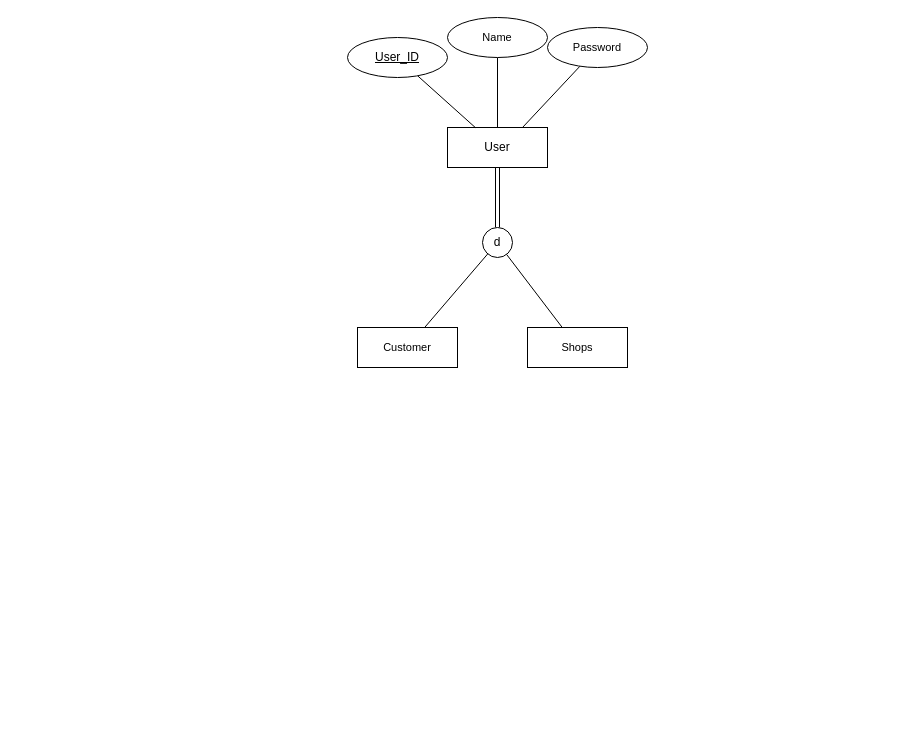
The draw.io diagram page "Page-1" (1 of 2) of ERD.drawio in tp12356twNccu/OOP_1122_finalProject_Group12, before the edit. Source tidied: cells renumbered, new cells numbered last; positions are measured from the earlier drawing's top-left corner, leaving out a move shared by most shapes. Both pictures are drawn from the tidied source at 100%, with x=0, y=0 at pixel (347, 17).
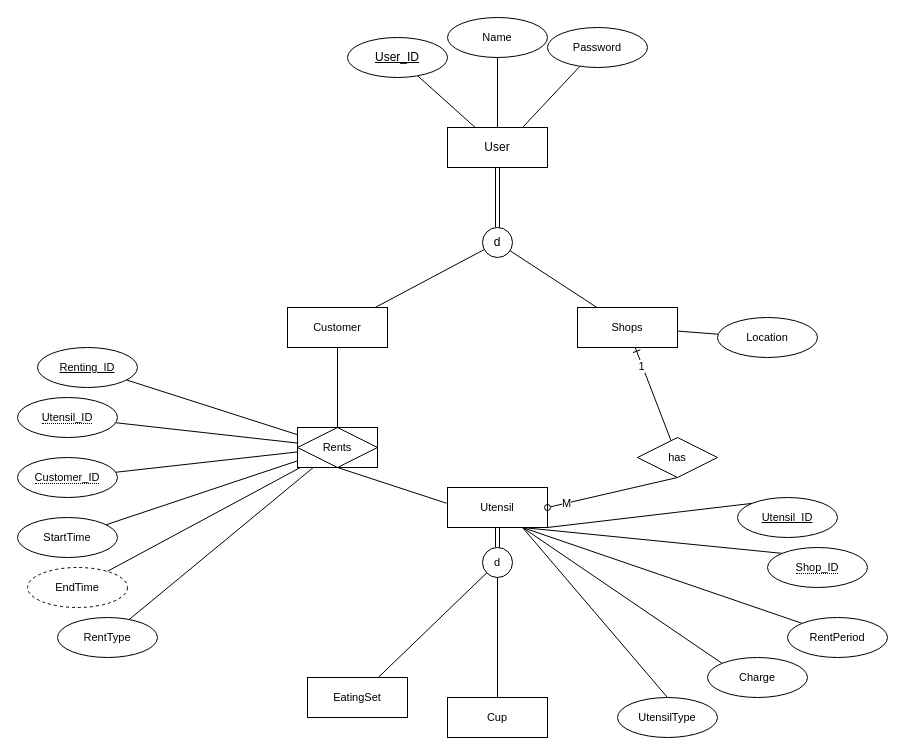
The same diagram, later.

The edit, as a diff of the source:
```diff
@@
+    <mxCell id="15" style="edgeStyle=none;rounded=0;jettySize=auto;html=1;strokeColor=default;align=center;verticalAlign=middle;fontFamily=Helvetica;fontSize=11;fontColor=default;labelBackgroundColor=default;endArrow=none;endFill=0;" parent="1" edge="1" source="12" target="30">
+      <mxGeometry relative="1" as="geometry" />
+    </mxCell>
     <mxCell id="12" value="Customer" style="whiteSpace=wrap;html=1;align=center;fontFamily=Helvetica;fontSize=11;fontColor=default;labelBackgroundColor=default;" parent="1" vertex="1">
-      <mxGeometry x="10" y="310" width="100" height="40" as="geometry" />
+      <mxGeometry x="-60" y="290" width="100" height="40" as="geometry" />
     </mxCell>
@@
     <mxCell id="14" value="Shops" style="whiteSpace=wrap;html=1;align=center;fontFamily=Helvetica;fontSize=11;fontColor=default;labelBackgroundColor=default;" parent="1" vertex="1">
-      <mxGeometry x="180" y="310" width="100" height="40" as="geometry" />
+      <mxGeometry x="230" y="290" width="100" height="40" as="geometry" />
     </mxCell>
+    <mxCell id="16" style="edgeStyle=none;rounded=0;jettySize=auto;html=1;strokeColor=default;align=center;verticalAlign=middle;fontFamily=Helvetica;fontSize=11;fontColor=default;labelBackgroundColor=default;endArrow=none;endFill=0;shape=link;" parent="1" edge="1" source="18" target="19">
+      <mxGeometry relative="1" as="geometry" />
+    </mxCell>
+    <mxCell id="17" style="edgeStyle=none;rounded=0;jettySize=auto;html=1;exitX=0.75;exitY=1;exitDx=0;exitDy=0;entryX=0;entryY=0;entryDx=0;entryDy=0;strokeColor=default;align=center;verticalAlign=middle;fontFamily=Helvetica;fontSize=11;fontColor=default;labelBackgroundColor=default;endArrow=none;endFill=0;" parent="1" edge="1" source="18" target="40">
+      <mxGeometry relative="1" as="geometry" />
+    </mxCell>
+    <mxCell id="18" value="Utensil" style="whiteSpace=wrap;html=1;align=center;fontFamily=Helvetica;fontSize=11;fontColor=default;labelBackgroundColor=default;" parent="1" vertex="1">
+      <mxGeometry x="100" y="470" width="100" height="40" as="geometry" />
+    </mxCell>
+    <mxCell id="19" value="d" style="ellipse;whiteSpace=wrap;html=1;fontSize=11;labelBackgroundColor=default;" parent="1" vertex="1">
+      <mxGeometry x="135" y="530" width="30" height="30" as="geometry" />
+    </mxCell>
+    <mxCell id="20" style="edgeStyle=none;rounded=0;jettySize=auto;html=1;strokeColor=default;align=center;verticalAlign=middle;fontFamily=Helvetica;fontSize=11;fontColor=default;labelBackgroundColor=default;endArrow=none;endFill=0;" parent="1" edge="1" source="21" target="19">
+      <mxGeometry relative="1" as="geometry" />
+    </mxCell>
+    <mxCell id="21" value="EatingSet" style="whiteSpace=wrap;html=1;align=center;fontFamily=Helvetica;fontSize=11;fontColor=default;labelBackgroundColor=default;" parent="1" vertex="1">
+      <mxGeometry x="-40" y="660" width="100" height="40" as="geometry" />
+    </mxCell>
+    <mxCell id="22" style="edgeStyle=none;rounded=0;jettySize=auto;html=1;strokeColor=default;align=center;verticalAlign=middle;fontFamily=Helvetica;fontSize=11;fontColor=default;labelBackgroundColor=default;endArrow=none;endFill=0;" parent="1" edge="1" source="23" target="19">
+      <mxGeometry relative="1" as="geometry" />
+    </mxCell>
+    <mxCell id="23" value="Cup" style="whiteSpace=wrap;html=1;align=center;fontFamily=Helvetica;fontSize=11;fontColor=default;labelBackgroundColor=default;" parent="1" vertex="1">
+      <mxGeometry x="100" y="680" width="100" height="40" as="geometry" />
+    </mxCell>
+    <mxCell id="24" style="edgeStyle=none;rounded=0;orthogonalLoop=1;jettySize=auto;html=1;exitX=0.5;exitY=0;exitDx=0;exitDy=0;strokeColor=default;align=center;verticalAlign=middle;fontFamily=Helvetica;fontSize=11;fontColor=default;labelBackgroundColor=default;endArrow=none;endFill=0;" parent="1" edge="1" source="23" target="23">
+      <mxGeometry relative="1" as="geometry" />
+    </mxCell>
+    <mxCell id="25" style="edgeStyle=none;rounded=0;jettySize=auto;html=1;exitX=0.5;exitY=1;exitDx=0;exitDy=0;entryX=1;entryY=0.5;entryDx=0;entryDy=0;strokeColor=default;align=center;verticalAlign=middle;fontFamily=Helvetica;fontSize=11;fontColor=default;labelBackgroundColor=default;endArrow=oval;endFill=0;" parent="1" edge="1" source="29" target="18">
+      <mxGeometry relative="1" as="geometry" />
+    </mxCell>
+    <mxCell id="26" value="M" style="edgeLabel;html=1;align=center;verticalAlign=middle;fontFamily=Helvetica;fontSize=11;fontColor=default;labelBackgroundColor=default;" parent="25" vertex="1">
+      <mxGeometry x="0.71" relative="1" as="geometry" />
+    </mxCell>
+    <mxCell id="27" style="edgeStyle=none;rounded=0;jettySize=auto;html=1;strokeColor=default;align=center;verticalAlign=middle;fontFamily=Helvetica;fontSize=11;fontColor=default;labelBackgroundColor=default;endArrow=ERone;endFill=0;" parent="1" edge="1" source="29" target="14">
+      <mxGeometry relative="1" as="geometry" />
+    </mxCell>
+    <mxCell id="28" value="1" style="edgeLabel;html=1;align=center;verticalAlign=middle;fontFamily=Helvetica;fontSize=11;fontColor=default;labelBackgroundColor=default;" parent="27" vertex="1">
+      <mxGeometry x="0.61" y="1" relative="1" as="geometry" />
+    </mxCell>
+    <mxCell id="29" value="has" style="shape=rhombus;perimeter=rhombusPerimeter;whiteSpace=wrap;html=1;align=center;fontFamily=Helvetica;fontSize=11;fontColor=default;labelBackgroundColor=default;" parent="1" vertex="1">
+      <mxGeometry x="290" y="420" width="80" height="40" as="geometry" />
+    </mxCell>
+    <mxCell id="30" value="Rents" style="shape=associativeEntity;whiteSpace=wrap;html=1;align=center;fontFamily=Helvetica;fontSize=11;fontColor=default;labelBackgroundColor=default;" parent="1" vertex="1">
+      <mxGeometry x="-50" y="410" width="80" height="40" as="geometry" />
+    </mxCell>
+    <mxCell id="31" style="edgeStyle=none;rounded=0;jettySize=auto;html=1;exitX=0.5;exitY=1;exitDx=0;exitDy=0;entryX=-0.01;entryY=0.393;entryDx=0;entryDy=0;entryPerimeter=0;strokeColor=default;align=center;verticalAlign=middle;fontFamily=Helvetica;fontSize=11;fontColor=default;labelBackgroundColor=default;endArrow=none;endFill=0;" parent="1" edge="1" source="30" target="18">
+      <mxGeometry relative="1" as="geometry" />
+    </mxCell>
+    <mxCell id="32" style="edgeStyle=none;rounded=0;jettySize=auto;html=1;strokeColor=default;align=center;verticalAlign=middle;fontFamily=Helvetica;fontSize=11;fontColor=default;labelBackgroundColor=default;endArrow=none;endFill=0;" parent="1" edge="1" source="33" target="30">
+      <mxGeometry relative="1" as="geometry" />
+    </mxCell>
+    <mxCell id="33" value="StartTime" style="ellipse;whiteSpace=wrap;html=1;align=center;fontFamily=Helvetica;fontSize=11;fontColor=default;labelBackgroundColor=default;" parent="1" vertex="1">
+      <mxGeometry x="-330" y="500" width="100" height="40" as="geometry" />
+    </mxCell>
+    <mxCell id="34" style="edgeStyle=none;rounded=0;jettySize=auto;html=1;strokeColor=default;align=center;verticalAlign=middle;fontFamily=Helvetica;fontSize=11;fontColor=default;labelBackgroundColor=default;endArrow=none;endFill=0;" parent="1" edge="1" source="35" target="30">
+      <mxGeometry relative="1" as="geometry" />
+    </mxCell>
+    <mxCell id="35" value="EndTime" style="whiteSpace=wrap;html=1;align=center;fontFamily=Helvetica;fontSize=11;fontColor=default;labelBackgroundColor=default;shape=ellipse;perimeter=ellipsePerimeter;dashed=1;" parent="1" vertex="1">
+      <mxGeometry x="-320" y="550" width="100" height="40" as="geometry" />
+    </mxCell>
+    <mxCell id="36" style="edgeStyle=none;rounded=0;jettySize=auto;html=1;strokeColor=default;align=center;verticalAlign=middle;fontFamily=Helvetica;fontSize=11;fontColor=default;labelBackgroundColor=default;endArrow=none;endFill=0;" parent="1" edge="1" source="37" target="30">
+      <mxGeometry relative="1" as="geometry" />
+    </mxCell>
+    <mxCell id="37" value="&lt;u&gt;Renting_ID&lt;/u&gt;" style="ellipse;whiteSpace=wrap;html=1;align=center;fontFamily=Helvetica;fontSize=11;fontColor=default;labelBackgroundColor=default;" parent="1" vertex="1">
+      <mxGeometry x="-310" y="330" width="100" height="40" as="geometry" />
+    </mxCell>
+    <mxCell id="38" value="&lt;u&gt;Utensil_ID&lt;/u&gt;" style="ellipse;whiteSpace=wrap;html=1;align=center;fontFamily=Helvetica;fontSize=11;fontColor=default;labelBackgroundColor=default;" parent="1" vertex="1">
+      <mxGeometry x="390" y="480" width="100" height="40" as="geometry" />
+    </mxCell>
+    <mxCell id="39" style="edgeStyle=none;rounded=0;jettySize=auto;html=1;exitX=1;exitY=1;exitDx=0;exitDy=0;entryX=0;entryY=0;entryDx=0;entryDy=0;strokeColor=default;align=center;verticalAlign=middle;fontFamily=Helvetica;fontSize=11;fontColor=default;labelBackgroundColor=default;endArrow=none;endFill=0;" parent="1" edge="1" source="18" target="38">
+      <mxGeometry relative="1" as="geometry" />
+    </mxCell>
+    <mxCell id="40" value="&lt;span style=&quot;border-bottom: 1px dotted&quot;&gt;Shop_ID&lt;/span&gt;" style="ellipse;whiteSpace=wrap;html=1;align=center;fontFamily=Helvetica;fontSize=11;fontColor=default;labelBackgroundColor=default;" parent="1" vertex="1">
+      <mxGeometry x="420" y="530" width="100" height="40" as="geometry" />
+    </mxCell>
+    <mxCell id="41" style="edgeStyle=none;rounded=0;jettySize=auto;html=1;exitX=0;exitY=0;exitDx=0;exitDy=0;entryX=0.75;entryY=1;entryDx=0;entryDy=0;strokeColor=default;align=center;verticalAlign=middle;fontFamily=Helvetica;fontSize=11;fontColor=default;labelBackgroundColor=default;endArrow=none;endFill=0;" parent="1" edge="1" source="42" target="18">
+      <mxGeometry relative="1" as="geometry" />
+    </mxCell>
+    <mxCell id="42" value="RentPeriod" style="ellipse;whiteSpace=wrap;html=1;align=center;fontFamily=Helvetica;fontSize=11;fontColor=default;labelBackgroundColor=default;" parent="1" vertex="1">
+      <mxGeometry x="440" y="600" width="100" height="40" as="geometry" />
+    </mxCell>
+    <mxCell id="43" style="edgeStyle=none;rounded=0;jettySize=auto;html=1;strokeColor=default;align=center;verticalAlign=middle;fontFamily=Helvetica;fontSize=11;fontColor=default;labelBackgroundColor=default;endArrow=none;endFill=0;" parent="1" edge="1" source="44" target="30">
+      <mxGeometry relative="1" as="geometry" />
+    </mxCell>
+    <mxCell id="44" value="&lt;span style=&quot;border-bottom: 1px dotted&quot;&gt;Utensil_ID&lt;/span&gt;" style="ellipse;whiteSpace=wrap;html=1;align=center;fontFamily=Helvetica;fontSize=11;fontColor=default;labelBackgroundColor=default;" parent="1" vertex="1">
+      <mxGeometry x="-330" y="380" width="100" height="40" as="geometry" />
+    </mxCell>
+    <mxCell id="45" style="edgeStyle=none;rounded=0;jettySize=auto;html=1;strokeColor=default;align=center;verticalAlign=middle;fontFamily=Helvetica;fontSize=11;fontColor=default;labelBackgroundColor=default;endArrow=none;endFill=0;" parent="1" edge="1" source="46" target="30">
+      <mxGeometry relative="1" as="geometry" />
+    </mxCell>
+    <mxCell id="46" value="&lt;span style=&quot;border-bottom: 1px dotted&quot;&gt;Customer_ID&lt;/span&gt;" style="ellipse;whiteSpace=wrap;html=1;align=center;fontFamily=Helvetica;fontSize=11;fontColor=default;labelBackgroundColor=default;" parent="1" vertex="1">
+      <mxGeometry x="-330" y="440" width="100" height="40" as="geometry" />
+    </mxCell>
+    <mxCell id="47" style="edgeStyle=none;rounded=0;jettySize=auto;html=1;strokeColor=default;align=center;verticalAlign=middle;fontFamily=Helvetica;fontSize=11;fontColor=default;labelBackgroundColor=default;endArrow=none;endFill=0;" parent="1" edge="1" source="48" target="30">
+      <mxGeometry relative="1" as="geometry" />
+    </mxCell>
+    <mxCell id="48" value="RentType" style="ellipse;whiteSpace=wrap;html=1;align=center;fontFamily=Helvetica;fontSize=11;fontColor=default;labelBackgroundColor=default;" parent="1" vertex="1">
+      <mxGeometry x="-290" y="600" width="100" height="40" as="geometry" />
+    </mxCell>
+    <mxCell id="49" style="edgeStyle=none;rounded=0;jettySize=auto;html=1;exitX=0;exitY=0;exitDx=0;exitDy=0;entryX=0.75;entryY=1;entryDx=0;entryDy=0;strokeColor=default;align=center;verticalAlign=middle;fontFamily=Helvetica;fontSize=11;fontColor=default;labelBackgroundColor=default;endArrow=none;endFill=0;" parent="1" edge="1" source="50" target="18">
+      <mxGeometry relative="1" as="geometry" />
+    </mxCell>
+    <mxCell id="50" value="Charge" style="ellipse;whiteSpace=wrap;html=1;align=center;fontFamily=Helvetica;fontSize=11;fontColor=default;labelBackgroundColor=default;" parent="1" vertex="1">
+      <mxGeometry x="360" y="640" width="100" height="40" as="geometry" />
+    </mxCell>
+    <mxCell id="51" style="edgeStyle=none;rounded=0;jettySize=auto;html=1;exitX=0.5;exitY=0;exitDx=0;exitDy=0;entryX=0.75;entryY=1;entryDx=0;entryDy=0;strokeColor=default;align=center;verticalAlign=middle;fontFamily=Helvetica;fontSize=11;fontColor=default;labelBackgroundColor=default;endArrow=none;endFill=0;" parent="1" edge="1" source="52" target="18">
+      <mxGeometry relative="1" as="geometry" />
+    </mxCell>
+    <mxCell id="52" value="UtensilType" style="ellipse;whiteSpace=wrap;html=1;align=center;fontFamily=Helvetica;fontSize=11;fontColor=default;labelBackgroundColor=default;" parent="1" vertex="1">
+      <mxGeometry x="270" y="680" width="100" height="40" as="geometry" />
+    </mxCell>
+    <mxCell id="53" style="edgeStyle=none;rounded=0;jettySize=auto;html=1;strokeColor=default;align=center;verticalAlign=middle;fontFamily=Helvetica;fontSize=11;fontColor=default;labelBackgroundColor=default;endArrow=none;endFill=0;" parent="1" edge="1" source="54" target="14">
+      <mxGeometry relative="1" as="geometry" />
+    </mxCell>
+    <mxCell id="54" value="Location" style="ellipse;whiteSpace=wrap;html=1;align=center;fontFamily=Helvetica;fontSize=11;fontColor=default;labelBackgroundColor=default;" parent="1" vertex="1">
+      <mxGeometry x="370" y="300" width="100" height="40" as="geometry" />
+    </mxCell>
```
